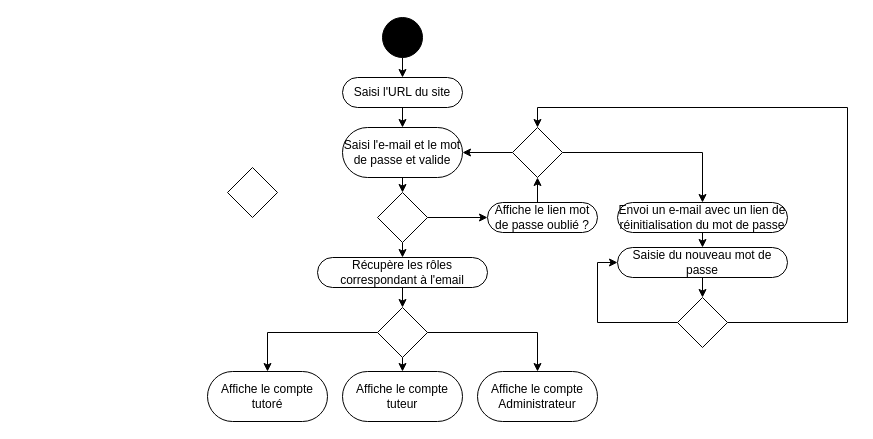
cbeauquel/oc_projet9 keeps this draw.io diagram as page "diagramme d'activité" (3 of 3) of uml_avenirs.drawio. Above is the earlier version. Source tidied: cells renumbered, new cells numbered last; positions are measured from the earlier drawing's top-left corner, leaving out a move shared by most shapes. Both pictures are drawn from the tidied source at 100%, with x=0, y=0 at pixel (207, 17).
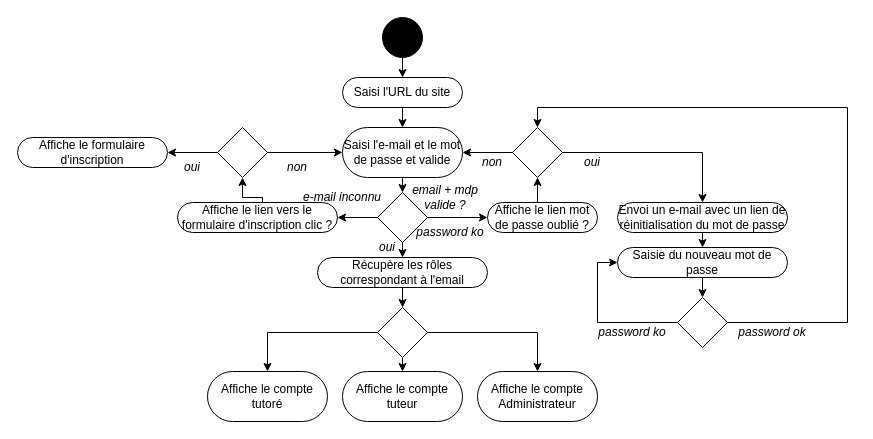
The same diagram, later.

Commit message:
Mettre à jour uml_avenirs.drawio activité connection

The change refers to these unchanged cells:
```xml
<mxCell id="7" value="Saisi l'e-mail et le mot de passe et valide" style="rounded=1;whiteSpace=wrap;html=1;arcSize=50;" parent="1" vertex="1">
  <mxGeometry x="135" y="110" width="120" height="50" as="geometry" />
</mxCell>
<mxCell id="10" style="rhombus;whiteSpace=wrap;html=1;" parent="1" vertex="1">
  <mxGeometry x="170" y="175" width="50" height="50" as="geometry" />
</mxCell>
```

Change to the diagram source:
```diff
@@
+    <mxCell id="33" style="edgeStyle=orthogonalEdgeStyle;rounded=0;jettySize=auto;html=1;exitX=0;exitY=0.5;exitDx=0;exitDy=0;" parent="1" edge="1" source="10" target="37">
+      <mxGeometry relative="1" as="geometry" />
+    </mxCell>
@@
+    <mxCell id="34" style="edgeStyle=orthogonalEdgeStyle;rounded=0;jettySize=auto;html=1;exitX=1;exitY=0.5;exitDx=0;exitDy=0;entryX=0;entryY=0.5;entryDx=0;entryDy=0;" parent="1" edge="1" source="22" target="7">
+      <mxGeometry relative="1" as="geometry" />
+    </mxCell>
+    <mxCell id="35" style="edgeStyle=orthogonalEdgeStyle;rounded=0;jettySize=auto;html=1;exitX=0;exitY=0.5;exitDx=0;exitDy=0;entryX=1;entryY=0.5;entryDx=0;entryDy=0;" parent="1" edge="1" source="22" target="38">
+      <mxGeometry relative="1" as="geometry" />
+    </mxCell>
     <mxCell id="22" style="rhombus;whiteSpace=wrap;html=1;" parent="1" vertex="1">
-      <mxGeometry x="20" y="150" width="50" height="50" as="geometry" />
+      <mxGeometry x="10" y="110" width="50" height="50" as="geometry" />
     </mxCell>
@@
+    <mxCell id="36" style="edgeStyle=orthogonalEdgeStyle;rounded=0;jettySize=auto;html=1;entryX=0.5;entryY=1;entryDx=0;entryDy=0;" parent="1" edge="1" source="37" target="22">
+      <mxGeometry relative="1" as="geometry">
+        <Array as="points">
+          <mxPoint x="55" y="180" />
+          <mxPoint x="35" y="180" />
+        </Array>
+      </mxGeometry>
+    </mxCell>
+    <mxCell id="37" value="Affiche le lien vers le formulaire d'inscription clic ?" style="rounded=1;whiteSpace=wrap;html=1;arcSize=50;" parent="1" vertex="1">
+      <mxGeometry x="-30" y="185" width="160" height="30" as="geometry" />
+    </mxCell>
+    <mxCell id="38" value="Affiche le formulaire d'inscription" style="rounded=1;whiteSpace=wrap;html=1;arcSize=50;" parent="1" vertex="1">
+      <mxGeometry x="-190" y="120" width="150" height="30" as="geometry" />
+    </mxCell>
+    <mxCell id="39" value="email + mdp valide ?" style="text;html=1;align=center;verticalAlign=middle;whiteSpace=wrap;rounded=0;fontStyle=2;" parent="1" vertex="1">
+      <mxGeometry x="188" y="165" width="100" height="30" as="geometry" />
+    </mxCell>
+    <mxCell id="40" value="oui" style="text;html=1;align=center;verticalAlign=middle;whiteSpace=wrap;rounded=0;fontStyle=2;" parent="1" vertex="1">
+      <mxGeometry x="150" y="215" width="60" height="30" as="geometry" />
+    </mxCell>
+    <mxCell id="41" value="e-mail inconnu" style="text;html=1;align=center;verticalAlign=middle;whiteSpace=wrap;rounded=0;fontStyle=2;" parent="1" vertex="1">
+      <mxGeometry x="90" y="165" width="90" height="30" as="geometry" />
+    </mxCell>
+    <mxCell id="42" value="password ko" style="text;html=1;align=center;verticalAlign=middle;whiteSpace=wrap;rounded=0;fontStyle=2;" parent="1" vertex="1">
+      <mxGeometry x="198" y="200" width="90" height="30" as="geometry" />
+    </mxCell>
+    <mxCell id="43" value="oui" style="text;html=1;align=center;verticalAlign=middle;whiteSpace=wrap;rounded=0;fontStyle=2;" parent="1" vertex="1">
+      <mxGeometry x="-60" y="135" width="90" height="30" as="geometry" />
+    </mxCell>
+    <mxCell id="44" value="non" style="text;html=1;align=center;verticalAlign=middle;whiteSpace=wrap;rounded=0;fontStyle=2;" parent="1" vertex="1">
+      <mxGeometry x="45" y="135" width="90" height="30" as="geometry" />
+    </mxCell>
+    <mxCell id="45" value="oui" style="text;html=1;align=center;verticalAlign=middle;whiteSpace=wrap;rounded=0;fontStyle=2;" parent="1" vertex="1">
+      <mxGeometry x="340" y="130" width="90" height="30" as="geometry" />
+    </mxCell>
+    <mxCell id="46" value="non" style="text;html=1;align=center;verticalAlign=middle;whiteSpace=wrap;rounded=0;fontStyle=2;" parent="1" vertex="1">
+      <mxGeometry x="240" y="130" width="90" height="30" as="geometry" />
+    </mxCell>
+    <mxCell id="47" value="password ko" style="text;html=1;align=center;verticalAlign=middle;whiteSpace=wrap;rounded=0;fontStyle=2;" parent="1" vertex="1">
+      <mxGeometry x="380" y="300" width="90" height="30" as="geometry" />
+    </mxCell>
+    <mxCell id="48" value="password ok" style="text;html=1;align=center;verticalAlign=middle;whiteSpace=wrap;rounded=0;fontStyle=2;" parent="1" vertex="1">
+      <mxGeometry x="520" y="300" width="90" height="30" as="geometry" />
+    </mxCell>
```
